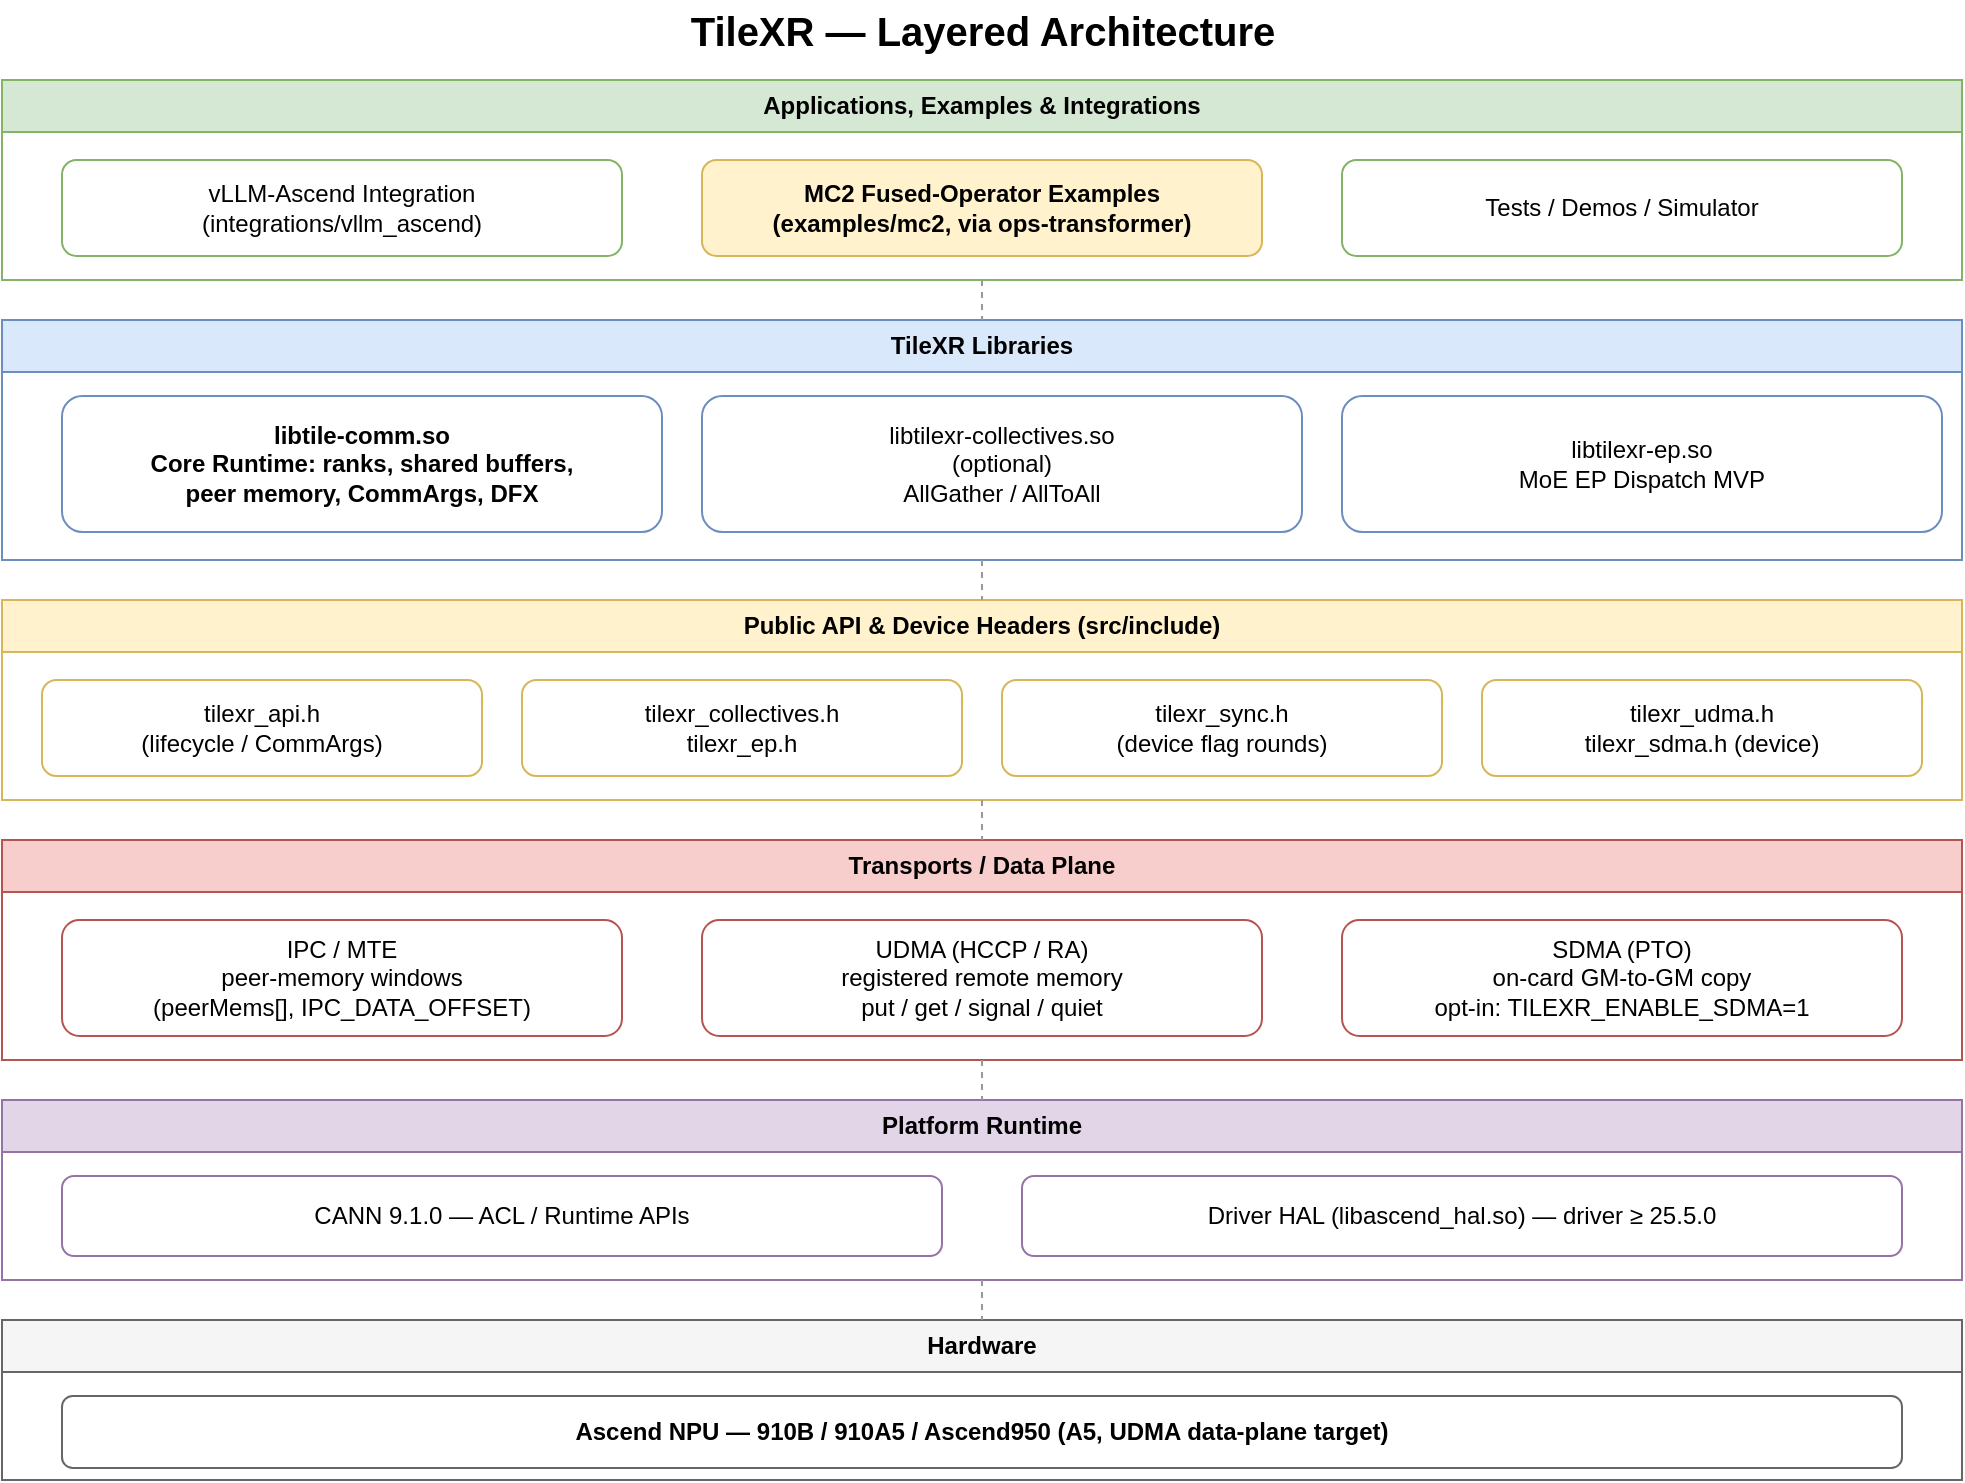
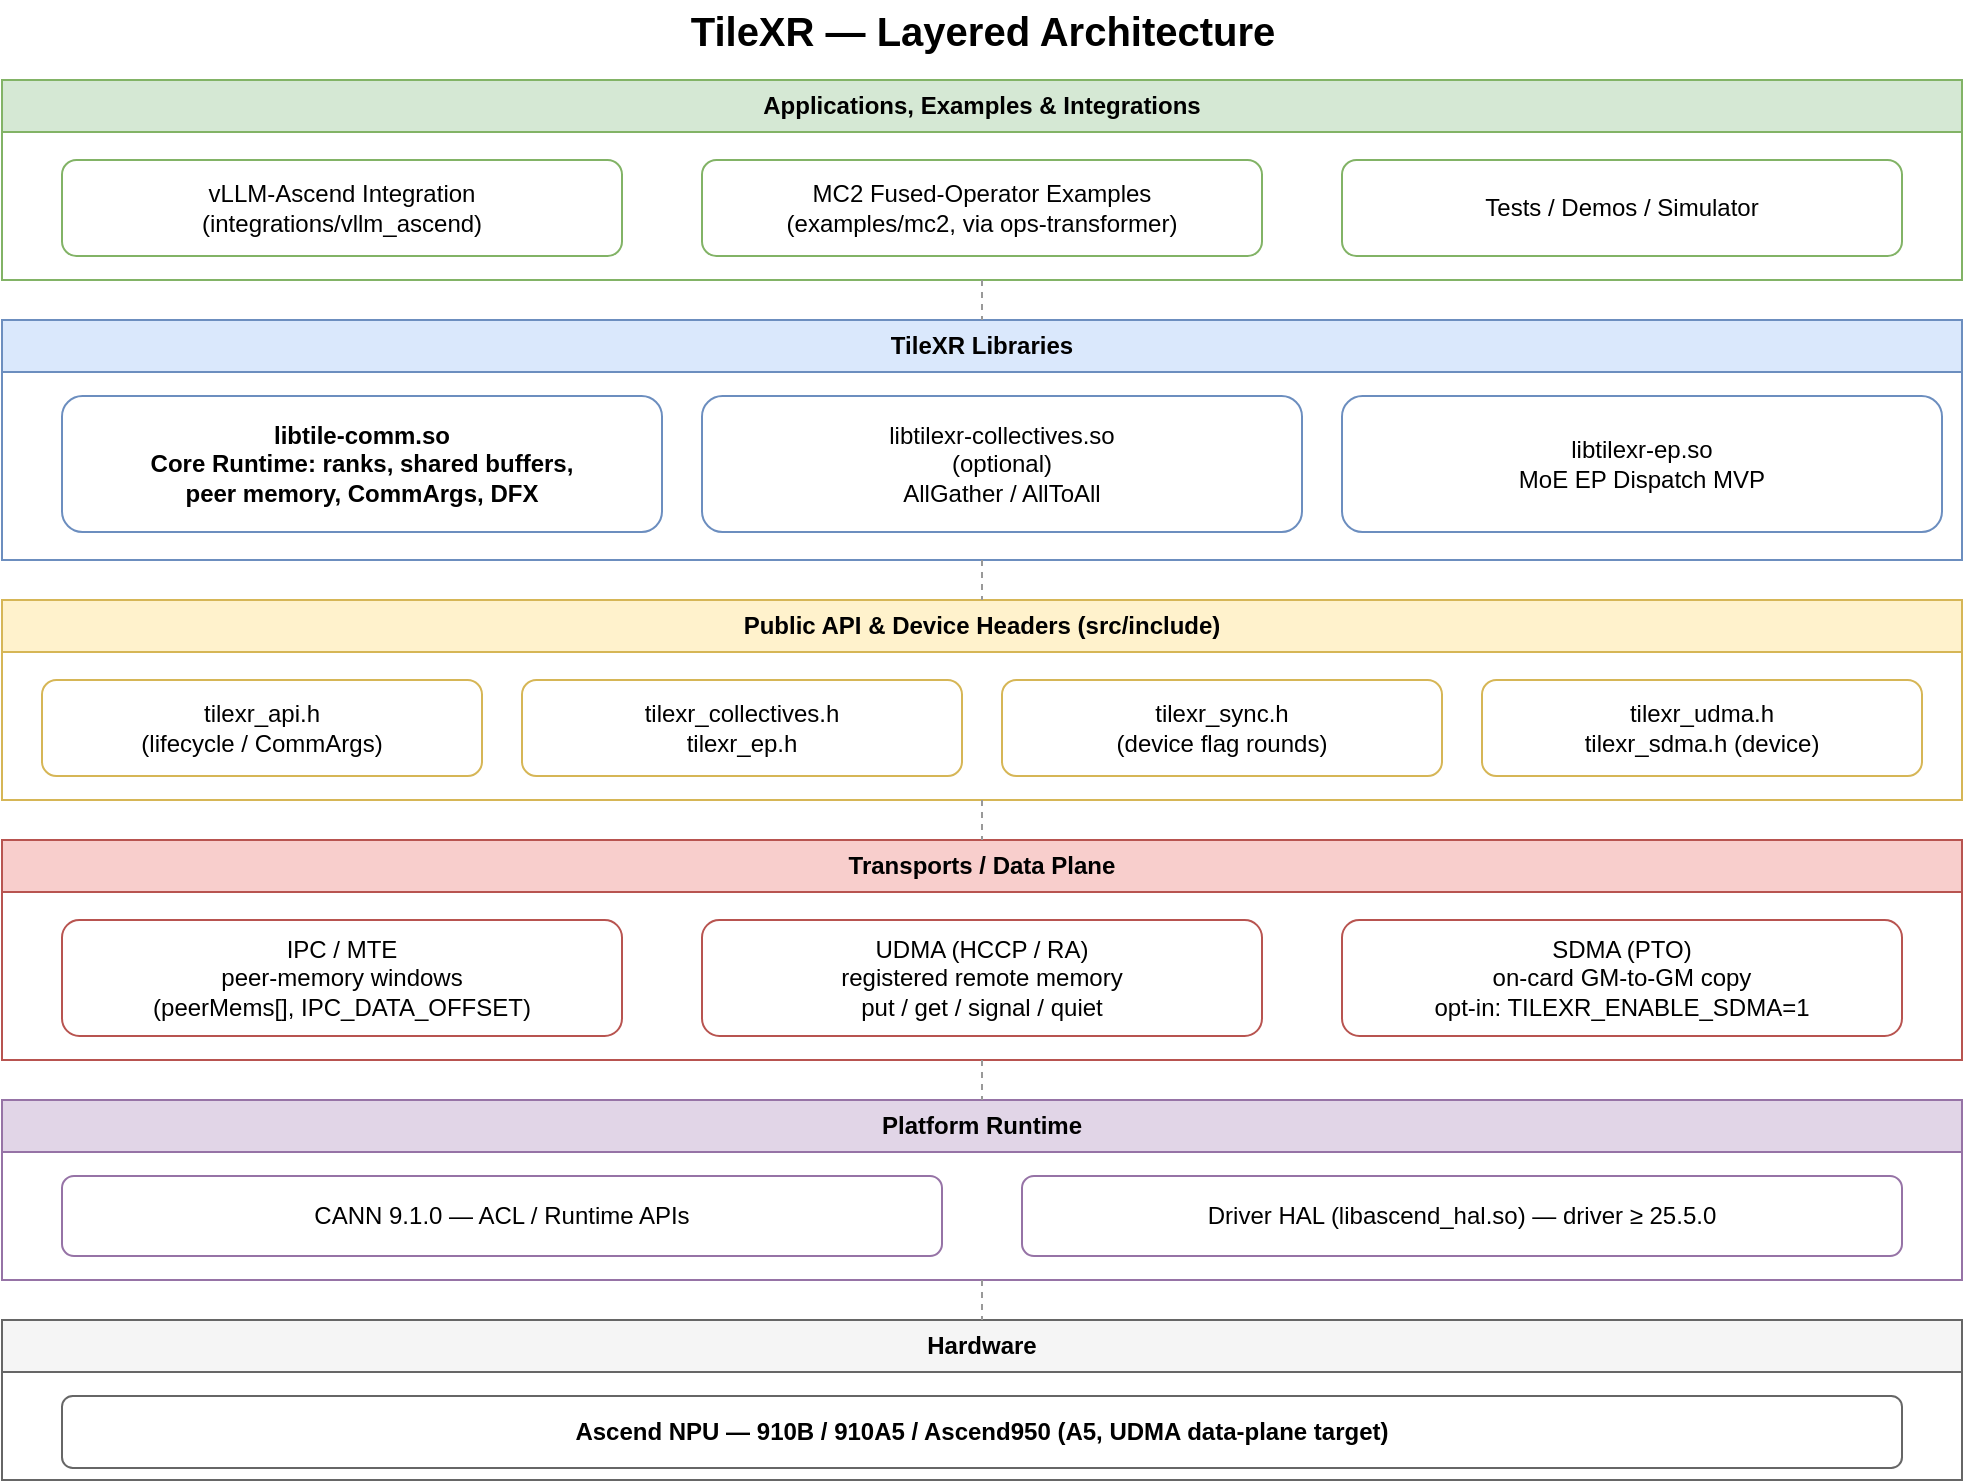
<mxGraphModel dx="1040" dy="800" grid="1" gridSize="10" guides="1" tooltips="1" connect="1" arrows="1" fold="1" page="1" pageScale="1" pageWidth="1100" pageHeight="850" math="0" shadow="0">
  <root>
    <mxCell id="0"/>
    <mxCell id="1" parent="0"/>

    <mxCell id="title" value="TileXR — Layered Architecture" style="text;html=1;align=center;verticalAlign=middle;fontSize=20;fontStyle=1;" vertex="1" parent="1">
      <mxGeometry x="40" y="10" width="980" height="30" as="geometry"/>
    </mxCell>

    <!-- Band 1: Applications and Examples -->
    <mxCell id="b1" value="Applications, Examples &amp; Integrations" style="swimlane;startSize=26;fillColor=#d5e8d4;strokeColor=#82b366;fontStyle=1;whiteSpace=wrap;" vertex="1" parent="1">
      <mxGeometry x="40" y="50" width="980" height="100" as="geometry"/>
    </mxCell>
    <mxCell id="b1a" value="vLLM-Ascend Integration&#10;(integrations/vllm_ascend)" style="rounded=1;whiteSpace=wrap;fillColor=#ffffff;strokeColor=#82b366;" vertex="1" parent="b1">
      <mxGeometry x="30" y="40" width="280" height="48" as="geometry"/>
    </mxCell>
-     <mxCell id="b1b" value="MC2 Fused-Operator Examples&#10;(examples/mc2, via ops-transformer)" style="rounded=1;whiteSpace=wrap;fillColor=#fff2cc;strokeColor=#d6b656;fontStyle=1;" vertex="1" parent="b1">
+     <mxCell id="b1b" value="MC2 Fused-Operator Examples&#10;(examples/mc2, via ops-transformer)" style="rounded=1;whiteSpace=wrap;fillColor=#ffffff;strokeColor=#82b366;" vertex="1" parent="b1">
      <mxGeometry x="350" y="40" width="280" height="48" as="geometry"/>
    </mxCell>
    <mxCell id="b1c" value="Tests / Demos / Simulator" style="rounded=1;whiteSpace=wrap;fillColor=#ffffff;strokeColor=#82b366;" vertex="1" parent="b1">
      <mxGeometry x="670" y="40" width="280" height="48" as="geometry"/>
    </mxCell>

    <!-- Band 2: Libraries -->
    <mxCell id="b2" value="TileXR Libraries" style="swimlane;startSize=26;fillColor=#dae8fc;strokeColor=#6c8ebf;fontStyle=1;whiteSpace=wrap;" vertex="1" parent="1">
      <mxGeometry x="40" y="170" width="980" height="120" as="geometry"/>
    </mxCell>
    <mxCell id="b2a" value="libtile-comm.so&#10;Core Runtime: ranks, shared buffers,&#10;peer memory, CommArgs, DFX" style="rounded=1;whiteSpace=wrap;fillColor=#ffffff;strokeColor=#6c8ebf;fontStyle=1;" vertex="1" parent="b2">
      <mxGeometry x="30" y="38" width="300" height="68" as="geometry"/>
    </mxCell>
    <mxCell id="b2b" value="libtilexr-collectives.so&#10;(optional)&#10;AllGather / AllToAll" style="rounded=1;whiteSpace=wrap;fillColor=#ffffff;strokeColor=#6c8ebf;" vertex="1" parent="b2">
      <mxGeometry x="350" y="38" width="300" height="68" as="geometry"/>
    </mxCell>
    <mxCell id="b2c" value="libtilexr-ep.so&#10;MoE EP Dispatch MVP" style="rounded=1;whiteSpace=wrap;fillColor=#ffffff;strokeColor=#6c8ebf;" vertex="1" parent="b2">
      <mxGeometry x="670" y="38" width="300" height="68" as="geometry"/>
    </mxCell>

    <!-- Band 3: Public API + device headers -->
    <mxCell id="b3" value="Public API &amp; Device Headers (src/include)" style="swimlane;startSize=26;fillColor=#fff2cc;strokeColor=#d6b656;fontStyle=1;whiteSpace=wrap;" vertex="1" parent="1">
      <mxGeometry x="40" y="310" width="980" height="100" as="geometry"/>
    </mxCell>
    <mxCell id="b3a" value="tilexr_api.h&#10;(lifecycle / CommArgs)" style="rounded=1;whiteSpace=wrap;fillColor=#ffffff;strokeColor=#d6b656;" vertex="1" parent="b3">
      <mxGeometry x="20" y="40" width="220" height="48" as="geometry"/>
    </mxCell>
    <mxCell id="b3b" value="tilexr_collectives.h&#10;tilexr_ep.h" style="rounded=1;whiteSpace=wrap;fillColor=#ffffff;strokeColor=#d6b656;" vertex="1" parent="b3">
      <mxGeometry x="260" y="40" width="220" height="48" as="geometry"/>
    </mxCell>
    <mxCell id="b3c" value="tilexr_sync.h&#10;(device flag rounds)" style="rounded=1;whiteSpace=wrap;fillColor=#ffffff;strokeColor=#d6b656;" vertex="1" parent="b3">
      <mxGeometry x="500" y="40" width="220" height="48" as="geometry"/>
    </mxCell>
    <mxCell id="b3d" value="tilexr_udma.h&#10;tilexr_sdma.h (device)" style="rounded=1;whiteSpace=wrap;fillColor=#ffffff;strokeColor=#d6b656;" vertex="1" parent="b3">
      <mxGeometry x="740" y="40" width="220" height="48" as="geometry"/>
    </mxCell>

    <!-- Band 4: Transports -->
    <mxCell id="b4" value="Transports / Data Plane" style="swimlane;startSize=26;fillColor=#f8cecc;strokeColor=#b85450;fontStyle=1;whiteSpace=wrap;" vertex="1" parent="1">
      <mxGeometry x="40" y="430" width="980" height="110" as="geometry"/>
    </mxCell>
    <mxCell id="b4a" value="IPC / MTE&#10;peer-memory windows&#10;(peerMems[], IPC_DATA_OFFSET)" style="rounded=1;whiteSpace=wrap;fillColor=#ffffff;strokeColor=#b85450;" vertex="1" parent="b4">
      <mxGeometry x="30" y="40" width="280" height="58" as="geometry"/>
    </mxCell>
    <mxCell id="b4b" value="UDMA (HCCP / RA)&#10;registered remote memory&#10;put / get / signal / quiet" style="rounded=1;whiteSpace=wrap;fillColor=#ffffff;strokeColor=#b85450;" vertex="1" parent="b4">
      <mxGeometry x="350" y="40" width="280" height="58" as="geometry"/>
    </mxCell>
    <mxCell id="b4c" value="SDMA (PTO)&#10;on-card GM-to-GM copy&#10;opt-in: TILEXR_ENABLE_SDMA=1" style="rounded=1;whiteSpace=wrap;fillColor=#ffffff;strokeColor=#b85450;" vertex="1" parent="b4">
      <mxGeometry x="670" y="40" width="280" height="58" as="geometry"/>
    </mxCell>

    <!-- Band 5: Platform -->
    <mxCell id="b5" value="Platform Runtime" style="swimlane;startSize=26;fillColor=#e1d5e7;strokeColor=#9673a6;fontStyle=1;whiteSpace=wrap;" vertex="1" parent="1">
      <mxGeometry x="40" y="560" width="980" height="90" as="geometry"/>
    </mxCell>
    <mxCell id="b5a" value="CANN 9.1.0 — ACL / Runtime APIs" style="rounded=1;whiteSpace=wrap;fillColor=#ffffff;strokeColor=#9673a6;" vertex="1" parent="b5">
      <mxGeometry x="30" y="38" width="440" height="40" as="geometry"/>
    </mxCell>
    <mxCell id="b5b" value="Driver HAL (libascend_hal.so) — driver &#8805; 25.5.0" style="rounded=1;whiteSpace=wrap;fillColor=#ffffff;strokeColor=#9673a6;" vertex="1" parent="b5">
      <mxGeometry x="510" y="38" width="440" height="40" as="geometry"/>
    </mxCell>

    <!-- Band 6: Hardware -->
    <mxCell id="b6" value="Hardware" style="swimlane;startSize=26;fillColor=#f5f5f5;strokeColor=#666666;fontStyle=1;whiteSpace=wrap;" vertex="1" parent="1">
      <mxGeometry x="40" y="670" width="980" height="80" as="geometry"/>
    </mxCell>
    <mxCell id="b6a" value="Ascend NPU  —  910B  /  910A5  /  Ascend950 (A5, UDMA data-plane target)" style="rounded=1;whiteSpace=wrap;fillColor=#ffffff;strokeColor=#666666;fontStyle=1;" vertex="1" parent="b6">
      <mxGeometry x="30" y="38" width="920" height="36" as="geometry"/>
    </mxCell>

    <!-- vertical connectors between bands -->
    <mxCell id="e1" style="edgeStyle=orthogonalEdgeStyle;rounded=0;endArrow=none;strokeColor=#999999;dashed=1;" edge="1" parent="1" source="b1" target="b2">
      <mxGeometry relative="1" as="geometry"/>
    </mxCell>
    <mxCell id="e2" style="edgeStyle=orthogonalEdgeStyle;rounded=0;endArrow=none;strokeColor=#999999;dashed=1;" edge="1" parent="1" source="b2" target="b3">
      <mxGeometry relative="1" as="geometry"/>
    </mxCell>
    <mxCell id="e3" style="edgeStyle=orthogonalEdgeStyle;rounded=0;endArrow=none;strokeColor=#999999;dashed=1;" edge="1" parent="1" source="b3" target="b4">
      <mxGeometry relative="1" as="geometry"/>
    </mxCell>
    <mxCell id="e4" style="edgeStyle=orthogonalEdgeStyle;rounded=0;endArrow=none;strokeColor=#999999;dashed=1;" edge="1" parent="1" source="b4" target="b5">
      <mxGeometry relative="1" as="geometry"/>
    </mxCell>
    <mxCell id="e5" style="edgeStyle=orthogonalEdgeStyle;rounded=0;endArrow=none;strokeColor=#999999;dashed=1;" edge="1" parent="1" source="b5" target="b6">
      <mxGeometry relative="1" as="geometry"/>
    </mxCell>
  </root>
</mxGraphModel>
